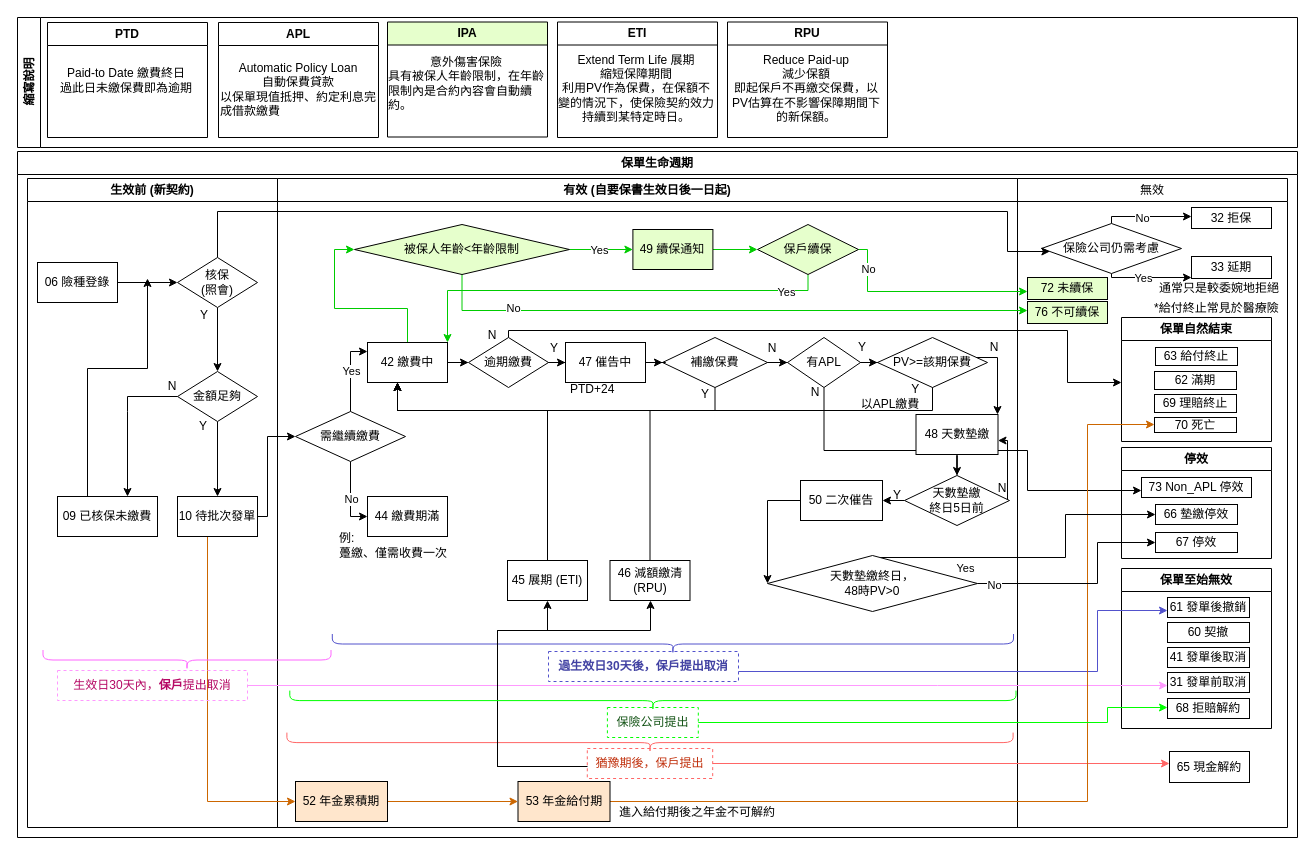
This is 未命名绘图.drawio from Gina-Banana/Gina-Banana, a draw.io file, before an edit. Source tidied: cells renumbered, new cells numbered last; positions are measured from the earlier drawing's top-left corner, leaving out a move shared by most shapes. Both pictures are drawn from the tidied source at 100%, with x=0, y=0 at pixel (17, 17).
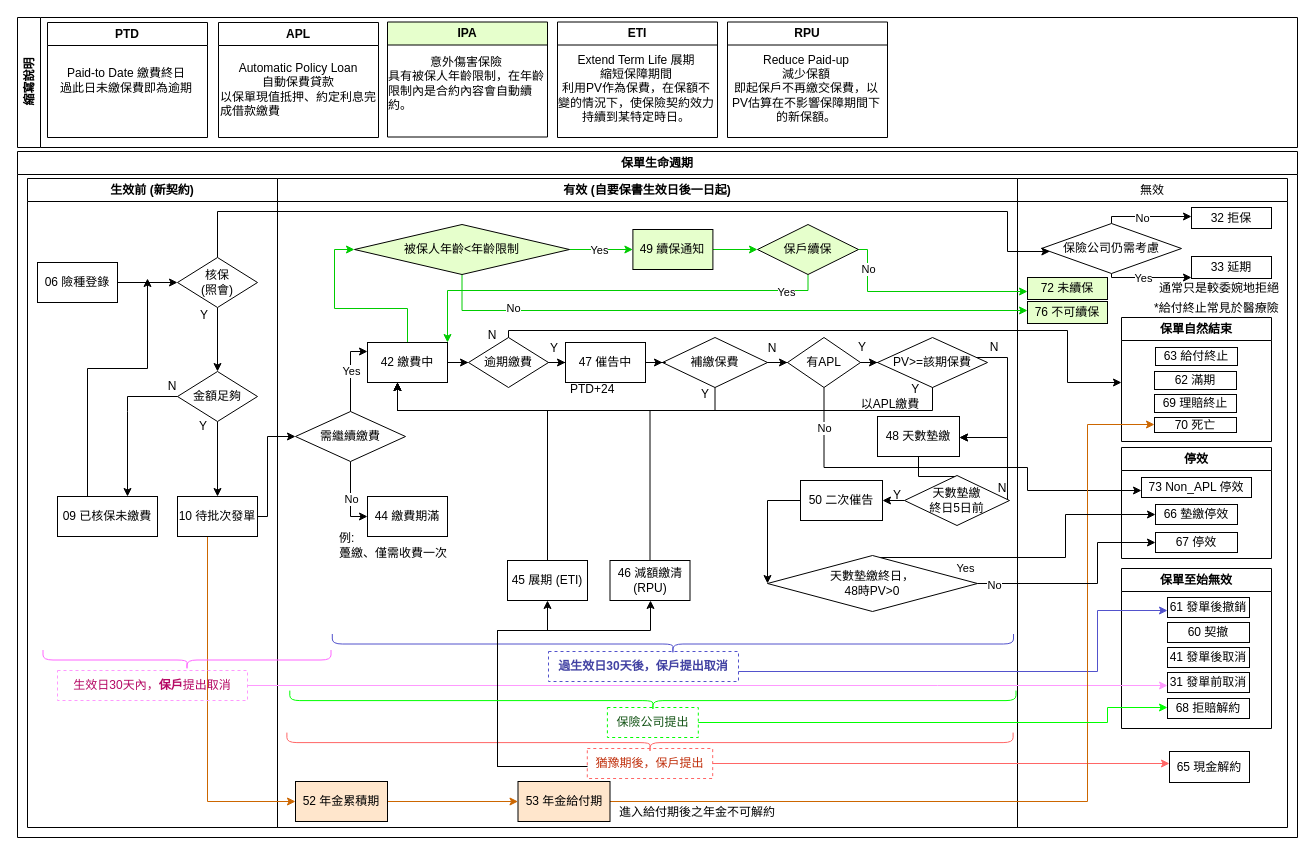
After the change.

Unchanged cells that the change refers to:
```xml
<mxCell id="4" value="保單生命週期" style="swimlane;whiteSpace=wrap;html=1;" parent="1" vertex="1">
  <mxGeometry y="134" width="1280" height="686" as="geometry" />
</mxCell>
<mxCell id="20" value="73 Non_APL 停效" style="rounded=0;whiteSpace=wrap;html=1;" parent="19" vertex="1">
  <mxGeometry x="20" y="30" width="110" height="20" as="geometry" />
</mxCell>
<mxCell id="72" value="有APL" style="rhombus;whiteSpace=wrap;html=1;" parent="4" vertex="1">
  <mxGeometry x="770" y="186" width="73" height="50" as="geometry" />
</mxCell>
<mxCell id="76" value="PV&amp;gt;=該期保費" style="rhombus;whiteSpace=wrap;html=1;" parent="4" vertex="1">
  <mxGeometry x="860" y="186" width="110" height="50" as="geometry" />
</mxCell>
<mxCell id="84" value="天數墊繳&lt;br&gt;終日5日前" style="rhombus;whiteSpace=wrap;html=1;" parent="4" vertex="1">
  <mxGeometry x="887" y="324" width="105" height="50" as="geometry" />
</mxCell>
```

The edit, as a diff of the source:
```diff
@@
     <mxCell id="71" style="edgeStyle=orthogonalEdgeStyle;rounded=0;jettySize=auto;html=1;" parent="4" edge="1" source="72" target="20">
       <mxGeometry relative="1" as="geometry">
         <Array as="points">
-          <mxPoint x="806" y="299" />
-          <mxPoint x="1010" y="299" />
+          <mxPoint x="807" y="316" />
+          <mxPoint x="1010" y="316" />
           <mxPoint x="1010" y="339" />
         </Array>
       </mxGeometry>
     </mxCell>
+    <mxCell id="143" value="No" style="edgeLabel;html=1;align=center;verticalAlign=middle;fontColor=#000000;" parent="71" vertex="1">
+      <mxGeometry x="-0.72" y="-1" relative="1" as="geometry">
+        <mxPoint x="1" y="-19" as="offset" />
+      </mxGeometry>
+    </mxCell>
@@
     <mxCell id="75" style="edgeStyle=orthogonalEdgeStyle;rounded=0;jettySize=auto;html=1;" parent="4" edge="1" source="76" target="80">
       <mxGeometry relative="1" as="geometry">
         <Array as="points">
-          <mxPoint x="980" y="206" />
+          <mxPoint x="990" y="206" />
+          <mxPoint x="990" y="286" />
         </Array>
       </mxGeometry>
     </mxCell>
@@
     <mxCell id="80" value="48 天數墊繳" style="rounded=0;whiteSpace=wrap;html=1;" parent="4" vertex="1">
-      <mxGeometry x="898.5" y="263" width="82" height="40" as="geometry" />
+      <mxGeometry x="860" y="265" width="82" height="40" as="geometry" />
     </mxCell>
@@
     <mxCell id="83" style="edgeStyle=orthogonalEdgeStyle;rounded=0;jettySize=auto;html=1;" parent="4" edge="1" source="84" target="80">
       <mxGeometry relative="1" as="geometry">
         <Array as="points">
-          <mxPoint x="990" y="289" />
+          <mxPoint x="990" y="286" />
         </Array>
       </mxGeometry>
     </mxCell>
@@
-    <mxCell id="89" value="N" style="text;html=1;strokeColor=none;fillColor=none;align=center;verticalAlign=middle;whiteSpace=wrap;rounded=0;" parent="4" vertex="1">
-      <mxGeometry x="783" y="226" width="30" height="30" as="geometry" />
-    </mxCell>
```
